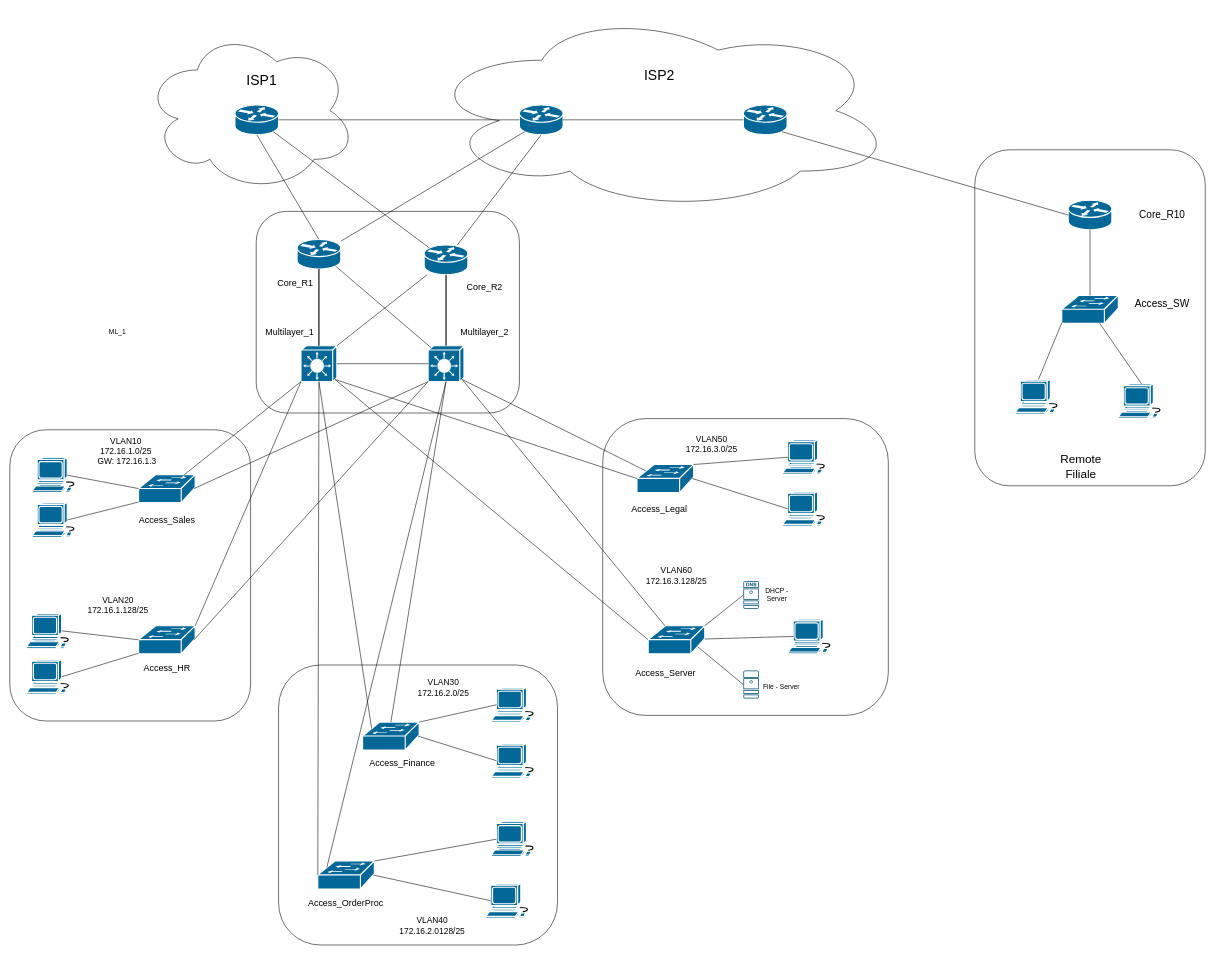
This is page "L3_plan" (2 of 2) of FinalProjectNetwork.drawio from fueller-max/drawio, a draw.io file, before an edit. Source tidied: cells renumbered, new cells numbered last; positions are measured from the earlier drawing's top-left corner, leaving out a move shared by most shapes. Both pictures are drawn from the tidied source at 56%, with x=0, y=0 at pixel (10, 10).
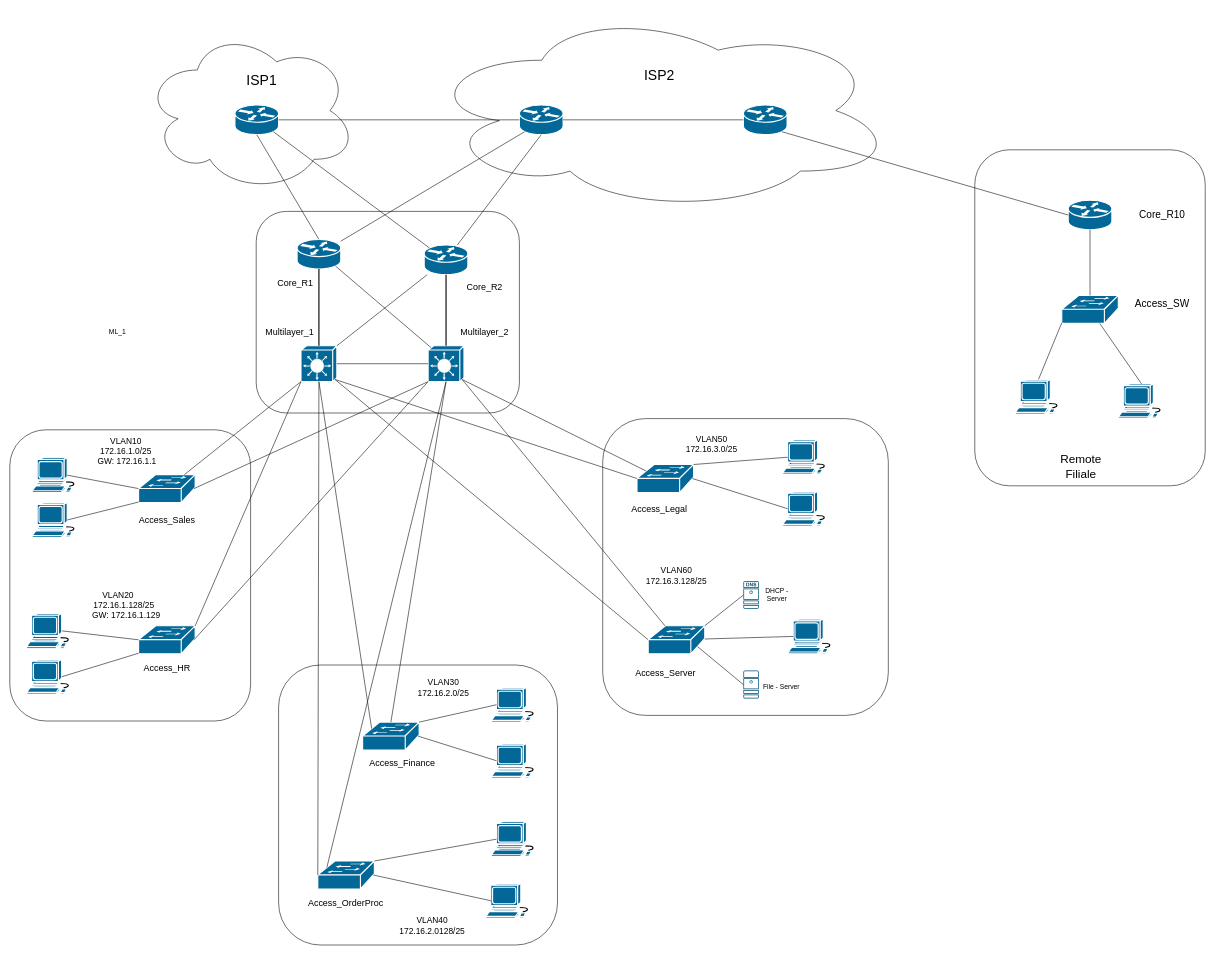
The same page after the edit.

Change to the diagram source:
```diff
@@
-    <mxCell id="96" value="&lt;font style=&quot;font-size: 15px; background-color: light-dark(#ffffff, var(--ge-dark-color, #121212));&quot;&gt;VLAN10&lt;/font&gt;&lt;div&gt;&lt;font style=&quot;font-size: 15px; background-color: light-dark(#ffffff, var(--ge-dark-color, #121212));&quot;&gt;&amp;nbsp; &amp;nbsp; &amp;nbsp; &amp;nbsp; &amp;nbsp; &amp;nbsp;172.16.1.0/25&amp;nbsp; &amp;nbsp; &amp;nbsp; &amp;nbsp; &amp;nbsp; &amp;nbsp;&lt;/font&gt;&lt;/div&gt;&lt;div&gt;&lt;font style=&quot;font-size: 15px; background-color: light-dark(#ffffff, var(--ge-dark-color, #121212));&quot;&gt;&amp;nbsp;GW: 172.16.1.3&lt;/font&gt;&lt;/div&gt;" style="text;html=1;align=center;verticalAlign=middle;whiteSpace=wrap;rounded=0;" parent="1" vertex="1">
+    <mxCell id="96" value="&lt;font style=&quot;font-size: 15px; background-color: light-dark(#ffffff, var(--ge-dark-color, #121212));&quot;&gt;VLAN10&lt;/font&gt;&lt;div&gt;&lt;font style=&quot;font-size: 15px; background-color: light-dark(#ffffff, var(--ge-dark-color, #121212));&quot;&gt;&amp;nbsp; &amp;nbsp; &amp;nbsp; &amp;nbsp; &amp;nbsp; &amp;nbsp;172.16.1.0/25&amp;nbsp; &amp;nbsp; &amp;nbsp; &amp;nbsp; &amp;nbsp; &amp;nbsp;&lt;/font&gt;&lt;/div&gt;&lt;div&gt;&lt;font style=&quot;font-size: 15px; background-color: light-dark(#ffffff, var(--ge-dark-color, #121212));&quot;&gt;&amp;nbsp;GW: 172.16.1.1&lt;/font&gt;&lt;/div&gt;" style="text;html=1;align=center;verticalAlign=middle;whiteSpace=wrap;rounded=0;" parent="1" vertex="1">
       <mxGeometry x="103.5" y="762" width="207" height="50" as="geometry" />
     </mxCell>
-    <mxCell id="97" value="&lt;font style=&quot;font-size: 15px; background-color: light-dark(#ffffff, var(--ge-dark-color, #121212));&quot;&gt;VLAN20&lt;/font&gt;&lt;div&gt;&lt;font style=&quot;font-size: 15px; background-color: light-dark(#ffffff, var(--ge-dark-color, #121212));&quot;&gt;172.16.1.128/25&lt;/font&gt;&lt;/div&gt;" style="text;html=1;align=center;verticalAlign=middle;whiteSpace=wrap;rounded=0;" parent="1" vertex="1">
+    <mxCell id="97" value="&lt;font style=&quot;font-size: 15px; background-color: light-dark(#ffffff, var(--ge-dark-color, #121212));&quot;&gt;VLAN20&lt;/font&gt;&lt;div&gt;&lt;font style=&quot;font-size: 15px; background-color: light-dark(#ffffff, var(--ge-dark-color, #121212));&quot;&gt;&amp;nbsp; &amp;nbsp; &amp;nbsp; &amp;nbsp; &amp;nbsp; &amp;nbsp; &amp;nbsp; 172.16.1.128/25&amp;nbsp; &amp;nbsp; &amp;nbsp; &amp;nbsp; &amp;nbsp; &amp;nbsp; &amp;nbsp; &amp;nbsp; &amp;nbsp;&lt;/font&gt;&lt;span style=&quot;background-color: rgb(255, 255, 255); font-size: 15px; color: light-dark(rgb(0, 0, 0), rgb(255, 255, 255));&quot;&gt;GW: 172.16.1.129&lt;/span&gt;&lt;/div&gt;" style="text;html=1;align=center;verticalAlign=middle;whiteSpace=wrap;rounded=0;" parent="1" vertex="1">
       <mxGeometry x="90" y="1038" width="207" height="50" as="geometry" />
     </mxCell>
```
